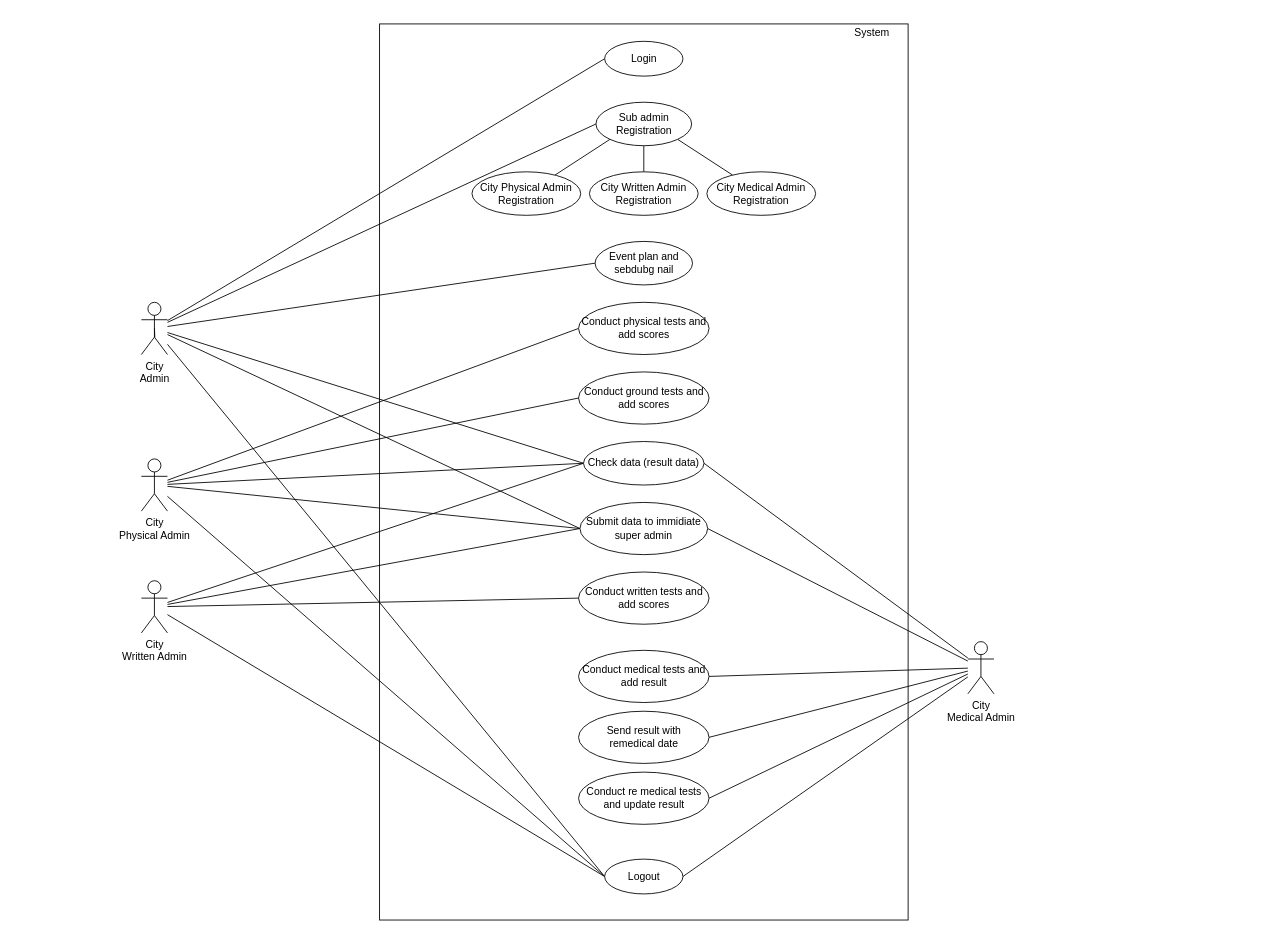
Above: Documentation/Diagrams/Raw/Use_Case_City.drawio in phoenix-295/Police_Bharti (draw.io), before the change. Source tidied: cells renumbered, new cells numbered last; positions are measured from the earlier drawing's top-left corner, leaving out a move shared by most shapes. Both pictures are drawn from the tidied source at 87%, with x=0, y=0 at pixel (141, 23).
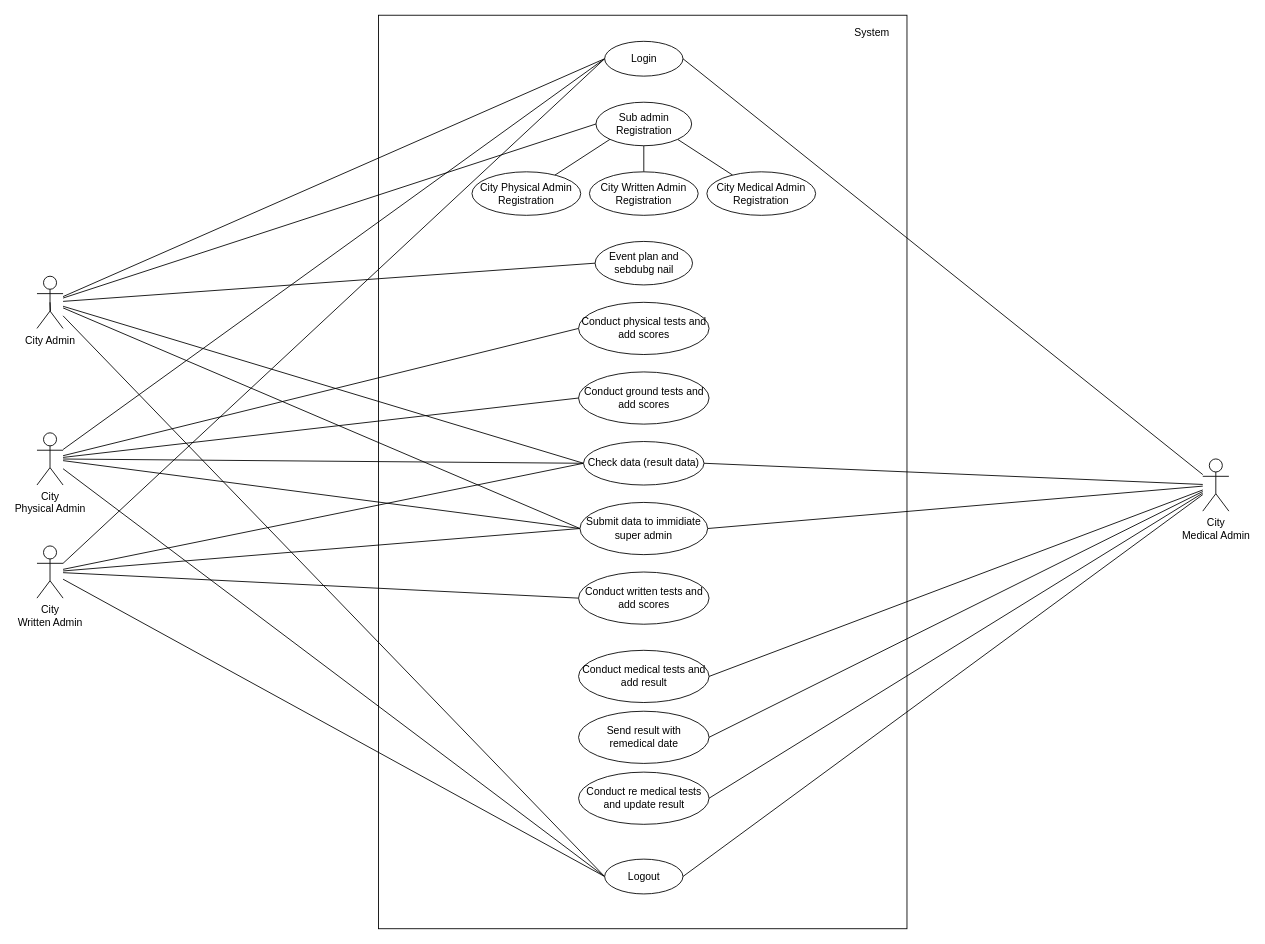
Above is the later version.

The change refers to these unchanged cells:
```xml
<mxCell id="5" value="Login" style="ellipse;whiteSpace=wrap;html=1;" parent="1" vertex="1">
  <mxGeometry x="532.5" y="20" width="90" height="40" as="geometry" />
</mxCell>
```

The edit, as a diff of the source:
```diff
@@
     <mxCell id="2" style="rounded=0;whiteSpace=wrap;html=1;" parent="1" vertex="1">
-      <mxGeometry x="273.8" width="607.5" height="1030" as="geometry" />
+      <mxGeometry x="272.5" y="-10" width="607.5" height="1050" as="geometry" />
     </mxCell>
@@
-    <mxCell id="4" value="City&lt;br&gt;Admin" style="shape=umlActor;verticalLabelPosition=bottom;verticalAlign=top;html=1;outlineConnect=0;" parent="1" vertex="1">
-      <mxGeometry y="320" width="30" height="60" as="geometry" />
+    <mxCell id="4" value="City Admin" style="shape=umlActor;verticalLabelPosition=bottom;verticalAlign=top;html=1;outlineConnect=0;" parent="1" vertex="1">
+      <mxGeometry x="-120" y="290" width="30" height="60" as="geometry" />
     </mxCell>
+    <mxCell id="48" style="edgeStyle=none;rounded=0;jettySize=auto;html=1;exitX=0;exitY=0.5;exitDx=0;exitDy=0;endArrow=none;endFill=0;" parent="1" edge="1" source="5" target="30">
+      <mxGeometry relative="1" as="geometry" />
+    </mxCell>
+    <mxCell id="49" style="edgeStyle=none;rounded=0;jettySize=auto;html=1;exitX=0;exitY=0.5;exitDx=0;exitDy=0;entryX=1;entryY=0.3333333333333333;entryDx=0;entryDy=0;entryPerimeter=0;endArrow=none;endFill=0;" parent="1" edge="1" source="5" target="46">
+      <mxGeometry relative="1" as="geometry" />
+    </mxCell>
+    <mxCell id="50" style="edgeStyle=none;rounded=0;jettySize=auto;html=1;exitX=1;exitY=0.5;exitDx=0;exitDy=0;endArrow=none;endFill=0;" parent="1" edge="1" source="5" target="47">
+      <mxGeometry relative="1" as="geometry" />
+    </mxCell>
@@
     <mxCell id="30" value="City&lt;br&gt;Physical Admin" style="shape=umlActor;verticalLabelPosition=bottom;verticalAlign=top;html=1;outlineConnect=0;" parent="1" vertex="1">
-      <mxGeometry y="500" width="30" height="60" as="geometry" />
+      <mxGeometry x="-120" y="470" width="30" height="60" as="geometry" />
     </mxCell>
@@
     <mxCell id="46" value="City&lt;br&gt;Written Admin" style="shape=umlActor;verticalLabelPosition=bottom;verticalAlign=top;html=1;outlineConnect=0;" parent="1" vertex="1">
-      <mxGeometry y="640" width="30" height="60" as="geometry" />
+      <mxGeometry x="-120" y="600" width="30" height="60" as="geometry" />
     </mxCell>
-    <mxCell id="47" value="City&lt;br&gt;Medical Admin" style="shape=umlActor;verticalLabelPosition=bottom;verticalAlign=top;html=1;outlineConnect=0;" parent="1" vertex="1">
-      <mxGeometry x="950" y="710" width="30" height="60" as="geometry" />
+    <mxCell id="47" value="City &lt;br&gt;Medical Admin" style="shape=umlActor;verticalLabelPosition=bottom;verticalAlign=top;html=1;outlineConnect=0;" parent="1" vertex="1">
+      <mxGeometry x="1220" y="500" width="30" height="60" as="geometry" />
     </mxCell>
```
